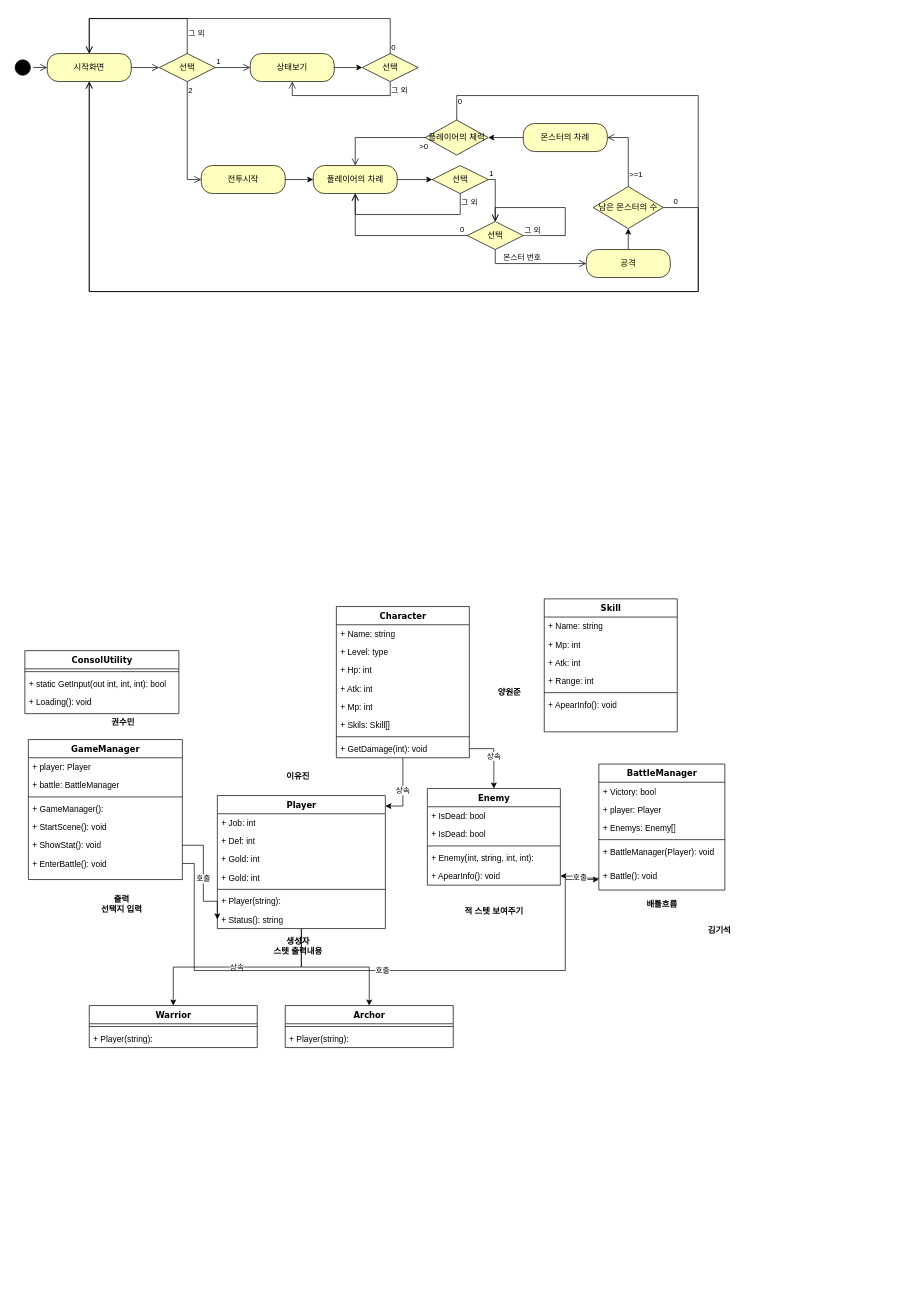
Earlier version of the draw.io diagram Class.drawio (Kim-giseok/TxtRPG2). Source tidied: cells renumbered, new cells numbered last; positions are measured from the earlier drawing's top-left corner, leaving out a move shared by most shapes. Both pictures are drawn from the tidied source at 70%, with x=0, y=0 at pixel (12, 18).
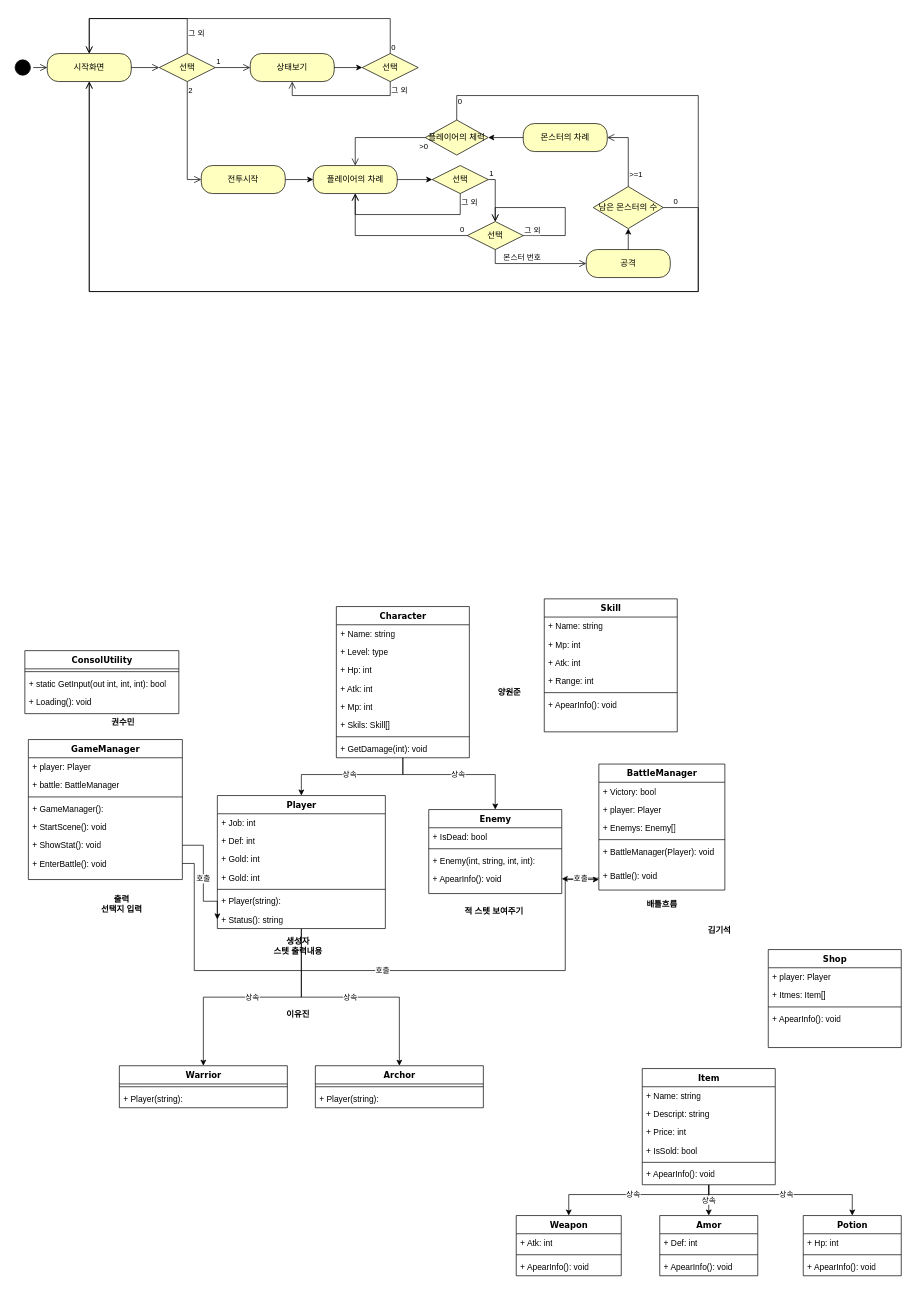
Above is the later version.

Unchanged cells that the change refers to:
```xml
<mxCell id="46" value="Player" style="swimlane;html=1;fontStyle=1;align=center;verticalAlign=top;horizontal=1;startSize=26;swimlaneFillColor=#ffffff;rounded=0;shadow=0;comic=0;labelBackgroundColor=none;strokeWidth=1;fillColor=none;fontFamily=Verdana;fontSize=12;" parent="1" vertex="1">
  <mxGeometry x="293" y="1110" width="240" height="190" as="geometry" />
</mxCell>
<mxCell id="76" value="Character" style="swimlane;html=1;fontStyle=1;align=center;verticalAlign=top;horizontal=1;startSize=26;swimlaneFillColor=#ffffff;rounded=0;shadow=0;comic=0;labelBackgroundColor=none;strokeWidth=1;fillColor=none;fontFamily=Verdana;fontSize=12;" parent="1" vertex="1">
  <mxGeometry x="463" y="840" width="190" height="216" as="geometry" />
</mxCell>
<mxCell id="84" value="+ GetDamage(int): void" style="text;html=1;strokeColor=none;fillColor=none;align=left;verticalAlign=top;spacingLeft=4;spacingRight=4;whiteSpace=wrap;overflow=hidden;points=[[0,0.5],[1,0.5]];portConstraint=eastwest;" parent="76" vertex="1">
  <mxGeometry y="190" width="190" height="26" as="geometry" />
</mxCell>
```

The edit, as a diff of the source:
```diff
@@
-    <mxCell id="44" value="상속" style="edgeStyle=orthogonalEdgeStyle;rounded=0;jettySize=auto;html=1;exitX=0.5;exitY=1;exitDx=0;exitDy=0;entryX=0.5;entryY=0;entryDx=0;entryDy=0;" parent="1" edge="1" source="46" target="93">
+    <mxCell id="44" value="상속" style="edgeStyle=orthogonalEdgeStyle;rounded=0;jettySize=auto;html=1;exitX=0.5;exitY=1;exitDx=0;exitDy=0;" parent="1" edge="1" source="46" target="93">
       <mxGeometry relative="1" as="geometry" />
     </mxCell>
-    <mxCell id="45" style="edgeStyle=orthogonalEdgeStyle;rounded=0;jettySize=auto;html=1;entryX=0.5;entryY=0;entryDx=0;entryDy=0;" parent="1" edge="1" source="46" target="96">
+    <mxCell id="45" value="상속" style="edgeStyle=orthogonalEdgeStyle;rounded=0;jettySize=auto;html=1;" parent="1" edge="1" source="46" target="96">
       <mxGeometry relative="1" as="geometry" />
     </mxCell>
@@
     <mxCell id="54" value="Enemy" style="swimlane;html=1;fontStyle=1;align=center;verticalAlign=top;horizontal=1;startSize=26;swimlaneFillColor=#ffffff;rounded=0;shadow=0;comic=0;labelBackgroundColor=none;strokeWidth=1;fillColor=none;fontFamily=Verdana;fontSize=12;" parent="1" vertex="1">
-      <mxGeometry x="593" y="1100" width="190" height="138" as="geometry" />
+      <mxGeometry x="595" y="1130" width="190" height="120" as="geometry" />
     </mxCell>
@@
-    <mxCell id="56" value="+ IsDead: bool" style="text;html=1;strokeColor=none;fillColor=none;align=left;verticalAlign=top;spacingLeft=4;spacingRight=4;whiteSpace=wrap;overflow=hidden;" parent="54" vertex="1">
-      <mxGeometry y="52" width="190" height="26" as="geometry" />
-    </mxCell>
     <mxCell id="57" style="line;html=1;strokeWidth=1;fillColor=none;align=left;verticalAlign=middle;spacingTop=-1;spacingLeft=3;spacingRight=3;labelPosition=right;" parent="54" vertex="1">
-      <mxGeometry y="78" width="190" height="8" as="geometry" />
+      <mxGeometry y="52" width="190" height="8" as="geometry" />
     </mxCell>
     <mxCell id="58" value="+ Enemy(int, string, int, int):" style="text;html=1;strokeColor=none;fillColor=none;align=left;verticalAlign=top;spacingLeft=4;spacingRight=4;whiteSpace=wrap;overflow=hidden;" parent="54" vertex="1">
-      <mxGeometry y="86" width="190" height="26" as="geometry" />
+      <mxGeometry y="60" width="190" height="26" as="geometry" />
     </mxCell>
     <mxCell id="59" value="+ ApearInfo(): void" style="text;html=1;strokeColor=none;fillColor=none;align=left;verticalAlign=top;spacingLeft=4;spacingRight=4;whiteSpace=wrap;overflow=hidden;points=[[0,0.5],[1,0.5]];portConstraint=eastwest;" parent="54" vertex="1">
-      <mxGeometry y="112" width="190" height="26" as="geometry" />
+      <mxGeometry y="86" width="190" height="26" as="geometry" />
     </mxCell>
@@
     <mxCell id="69" value="이유진" style="text;align=center;fontStyle=1;verticalAlign=middle;spacingLeft=3;spacingRight=3;strokeColor=none;html=1;" parent="1" vertex="1">
-      <mxGeometry x="368" y="1070" width="80" height="26" as="geometry" />
+      <mxGeometry x="368" y="1410" width="80" height="26" as="geometry" />
     </mxCell>
@@
-    <mxCell id="85" value="상속" style="edgeStyle=orthogonalEdgeStyle;rounded=0;jettySize=auto;html=1;entryX=1;entryY=0.079;entryDx=0;entryDy=0;entryPerimeter=0;" parent="1" edge="1" source="76" target="46">
-      <mxGeometry relative="1" as="geometry" />
+    <mxCell id="85" value="상속" style="edgeStyle=orthogonalEdgeStyle;rounded=0;jettySize=auto;html=1;" parent="1" edge="1" source="76" target="46">
+      <mxGeometry relative="1" as="geometry">
+        <Array as="points">
+          <mxPoint x="558" y="1080" />
+          <mxPoint x="413" y="1080" />
+        </Array>
+      </mxGeometry>
     </mxCell>
-    <mxCell id="86" value="상속" style="edgeStyle=orthogonalEdgeStyle;rounded=0;jettySize=auto;html=1;entryX=0.5;entryY=0;entryDx=0;entryDy=0;" parent="1" edge="1" source="84" target="54">
-      <mxGeometry relative="1" as="geometry" />
+    <mxCell id="86" value="상속" style="edgeStyle=orthogonalEdgeStyle;rounded=0;jettySize=auto;html=1;" parent="1" edge="1" source="84" target="54">
+      <mxGeometry relative="1" as="geometry">
+        <Array as="points">
+          <mxPoint x="558" y="1080" />
+          <mxPoint x="690" y="1080" />
+        </Array>
+      </mxGeometry>
     </mxCell>
@@
     <mxCell id="93" value="Warrior" style="swimlane;html=1;fontStyle=1;align=center;verticalAlign=top;horizontal=1;startSize=26;swimlaneFillColor=#ffffff;rounded=0;shadow=0;comic=0;labelBackgroundColor=none;strokeWidth=1;fillColor=none;fontFamily=Verdana;fontSize=12;" parent="1" vertex="1">
-      <mxGeometry x="110" y="1410" width="240" height="60" as="geometry" />
+      <mxGeometry x="153" y="1496" width="240" height="60" as="geometry" />
     </mxCell>
@@
     <mxCell id="96" value="Archor" style="swimlane;html=1;fontStyle=1;align=center;verticalAlign=top;horizontal=1;startSize=26;swimlaneFillColor=#ffffff;rounded=0;shadow=0;comic=0;labelBackgroundColor=none;strokeWidth=1;fillColor=none;fontFamily=Verdana;fontSize=12;" parent="1" vertex="1">
-      <mxGeometry x="390" y="1410" width="240" height="60" as="geometry" />
+      <mxGeometry x="433" y="1496" width="240" height="60" as="geometry" />
     </mxCell>
@@
+    <mxCell id="106" value="상속" style="edgeStyle=orthogonalEdgeStyle;rounded=0;jettySize=auto;html=1;" parent="1" edge="1" source="109" target="116">
+      <mxGeometry relative="1" as="geometry">
+        <Array as="points">
+          <mxPoint x="995" y="1680" />
+          <mxPoint x="795" y="1680" />
+        </Array>
+      </mxGeometry>
+    </mxCell>
+    <mxCell id="107" value="상속" style="edgeStyle=orthogonalEdgeStyle;rounded=0;jettySize=auto;html=1;" parent="1" edge="1" source="109" target="120">
+      <mxGeometry relative="1" as="geometry">
+        <Array as="points">
+          <mxPoint x="995" y="1680" />
+          <mxPoint x="1200" y="1680" />
+        </Array>
+      </mxGeometry>
+    </mxCell>
+    <mxCell id="108" value="상속" style="edgeStyle=orthogonalEdgeStyle;rounded=0;jettySize=auto;html=1;" parent="1" edge="1" source="109" target="129">
+      <mxGeometry relative="1" as="geometry" />
+    </mxCell>
+    <mxCell id="109" value="Item" style="swimlane;html=1;fontStyle=1;align=center;verticalAlign=top;horizontal=1;startSize=26;swimlaneFillColor=#ffffff;rounded=0;shadow=0;comic=0;labelBackgroundColor=none;strokeWidth=1;fillColor=none;fontFamily=Verdana;fontSize=12;" parent="1" vertex="1">
+      <mxGeometry x="900" y="1500" width="190" height="166" as="geometry" />
+    </mxCell>
+    <mxCell id="110" value="+ Name: string" style="text;html=1;strokeColor=none;fillColor=none;align=left;verticalAlign=top;spacingLeft=4;spacingRight=4;whiteSpace=wrap;overflow=hidden;" parent="109" vertex="1">
+      <mxGeometry y="26" width="190" height="26" as="geometry" />
+    </mxCell>
+    <mxCell id="111" value="+ Descript: string" style="text;html=1;strokeColor=none;fillColor=none;align=left;verticalAlign=top;spacingLeft=4;spacingRight=4;whiteSpace=wrap;overflow=hidden;" parent="109" vertex="1">
+      <mxGeometry y="52" width="190" height="26" as="geometry" />
+    </mxCell>
+    <mxCell id="112" value="+ Price: int" style="text;html=1;strokeColor=none;fillColor=none;align=left;verticalAlign=top;spacingLeft=4;spacingRight=4;whiteSpace=wrap;overflow=hidden;" parent="109" vertex="1">
+      <mxGeometry y="78" width="190" height="26" as="geometry" />
+    </mxCell>
+    <mxCell id="113" value="+ IsSold: bool" style="text;html=1;strokeColor=none;fillColor=none;align=left;verticalAlign=top;spacingLeft=4;spacingRight=4;whiteSpace=wrap;overflow=hidden;" parent="109" vertex="1">
+      <mxGeometry y="104" width="190" height="26" as="geometry" />
+    </mxCell>
+    <mxCell id="114" style="line;html=1;strokeWidth=1;fillColor=none;align=left;verticalAlign=middle;spacingTop=-1;spacingLeft=3;spacingRight=3;labelPosition=right;" parent="109" vertex="1">
+      <mxGeometry y="130" width="190" height="8" as="geometry" />
+    </mxCell>
+    <mxCell id="115" value="+ ApearInfo(): void" style="text;html=1;strokeColor=none;fillColor=none;align=left;verticalAlign=top;spacingLeft=4;spacingRight=4;whiteSpace=wrap;overflow=hidden;" parent="109" vertex="1">
+      <mxGeometry y="138" width="190" height="26" as="geometry" />
+    </mxCell>
+    <mxCell id="116" value="Weapon" style="swimlane;html=1;fontStyle=1;align=center;verticalAlign=top;horizontal=1;startSize=26;swimlaneFillColor=#ffffff;rounded=0;shadow=0;comic=0;labelBackgroundColor=none;strokeWidth=1;fillColor=none;fontFamily=Verdana;fontSize=12;" parent="1" vertex="1">
+      <mxGeometry x="720" y="1710" width="150" height="86" as="geometry" />
+    </mxCell>
+    <mxCell id="117" value="+ Atk: int" style="text;html=1;strokeColor=none;fillColor=none;align=left;verticalAlign=top;spacingLeft=4;spacingRight=4;whiteSpace=wrap;overflow=hidden;" parent="116" vertex="1">
+      <mxGeometry y="26" width="150" height="26" as="geometry" />
+    </mxCell>
+    <mxCell id="118" style="line;html=1;strokeWidth=1;fillColor=none;align=left;verticalAlign=middle;spacingTop=-1;spacingLeft=3;spacingRight=3;labelPosition=right;" parent="116" vertex="1">
+      <mxGeometry y="52" width="150" height="8" as="geometry" />
+    </mxCell>
+    <mxCell id="119" value="+ ApearInfo(): void" style="text;html=1;strokeColor=none;fillColor=none;align=left;verticalAlign=top;spacingLeft=4;spacingRight=4;whiteSpace=wrap;overflow=hidden;" parent="116" vertex="1">
+      <mxGeometry y="60" width="150" height="26" as="geometry" />
+    </mxCell>
+    <mxCell id="120" value="Potion" style="swimlane;html=1;fontStyle=1;align=center;verticalAlign=top;horizontal=1;startSize=26;swimlaneFillColor=#ffffff;rounded=0;shadow=0;comic=0;labelBackgroundColor=none;strokeWidth=1;fillColor=none;fontFamily=Verdana;fontSize=12;" parent="1" vertex="1">
+      <mxGeometry x="1130" y="1710" width="140" height="86" as="geometry" />
+    </mxCell>
+    <mxCell id="121" value="+ Hp: int" style="text;html=1;strokeColor=none;fillColor=none;align=left;verticalAlign=top;spacingLeft=4;spacingRight=4;whiteSpace=wrap;overflow=hidden;" parent="120" vertex="1">
+      <mxGeometry y="26" width="140" height="26" as="geometry" />
+    </mxCell>
+    <mxCell id="122" style="line;html=1;strokeWidth=1;fillColor=none;align=left;verticalAlign=middle;spacingTop=-1;spacingLeft=3;spacingRight=3;labelPosition=right;" parent="120" vertex="1">
+      <mxGeometry y="52" width="140" height="8" as="geometry" />
+    </mxCell>
+    <mxCell id="123" value="+ ApearInfo(): void" style="text;html=1;strokeColor=none;fillColor=none;align=left;verticalAlign=top;spacingLeft=4;spacingRight=4;whiteSpace=wrap;overflow=hidden;" parent="120" vertex="1">
+      <mxGeometry y="60" width="140" height="26" as="geometry" />
+    </mxCell>
+    <mxCell id="124" value="Shop" style="swimlane;html=1;fontStyle=1;align=center;verticalAlign=top;horizontal=1;startSize=26;swimlaneFillColor=#ffffff;rounded=0;shadow=0;comic=0;labelBackgroundColor=none;strokeWidth=1;fillColor=none;fontFamily=Verdana;fontSize=12;" parent="1" vertex="1">
+      <mxGeometry x="1080" y="1330" width="190" height="140" as="geometry" />
+    </mxCell>
+    <mxCell id="125" value="+ player: Player" style="text;html=1;strokeColor=none;fillColor=none;align=left;verticalAlign=top;spacingLeft=4;spacingRight=4;whiteSpace=wrap;overflow=hidden;" parent="124" vertex="1">
+      <mxGeometry y="26" width="190" height="26" as="geometry" />
+    </mxCell>
+    <mxCell id="126" value="+ Itmes: Item[]" style="text;html=1;strokeColor=none;fillColor=none;align=left;verticalAlign=top;spacingLeft=4;spacingRight=4;whiteSpace=wrap;overflow=hidden;" parent="124" vertex="1">
+      <mxGeometry y="52" width="190" height="26" as="geometry" />
+    </mxCell>
+    <mxCell id="127" style="line;html=1;strokeWidth=1;fillColor=none;align=left;verticalAlign=middle;spacingTop=-1;spacingLeft=3;spacingRight=3;labelPosition=right;" parent="124" vertex="1">
+      <mxGeometry y="78" width="190" height="8" as="geometry" />
+    </mxCell>
+    <mxCell id="128" value="+ ApearInfo(): void" style="text;html=1;strokeColor=none;fillColor=none;align=left;verticalAlign=top;spacingLeft=4;spacingRight=4;whiteSpace=wrap;overflow=hidden;" parent="124" vertex="1">
+      <mxGeometry y="86" width="190" height="26" as="geometry" />
+    </mxCell>
+    <mxCell id="129" value="Amor" style="swimlane;html=1;fontStyle=1;align=center;verticalAlign=top;horizontal=1;startSize=26;swimlaneFillColor=#ffffff;rounded=0;shadow=0;comic=0;labelBackgroundColor=none;strokeWidth=1;fillColor=none;fontFamily=Verdana;fontSize=12;" parent="1" vertex="1">
+      <mxGeometry x="925" y="1710" width="140" height="86" as="geometry" />
+    </mxCell>
+    <mxCell id="130" value="+ Def: int" style="text;html=1;strokeColor=none;fillColor=none;align=left;verticalAlign=top;spacingLeft=4;spacingRight=4;whiteSpace=wrap;overflow=hidden;" parent="129" vertex="1">
+      <mxGeometry y="26" width="140" height="26" as="geometry" />
+    </mxCell>
+    <mxCell id="131" style="line;html=1;strokeWidth=1;fillColor=none;align=left;verticalAlign=middle;spacingTop=-1;spacingLeft=3;spacingRight=3;labelPosition=right;" parent="129" vertex="1">
+      <mxGeometry y="52" width="140" height="8" as="geometry" />
+    </mxCell>
+    <mxCell id="132" value="+ ApearInfo(): void" style="text;html=1;strokeColor=none;fillColor=none;align=left;verticalAlign=top;spacingLeft=4;spacingRight=4;whiteSpace=wrap;overflow=hidden;" parent="129" vertex="1">
+      <mxGeometry y="60" width="140" height="26" as="geometry" />
+    </mxCell>
```
